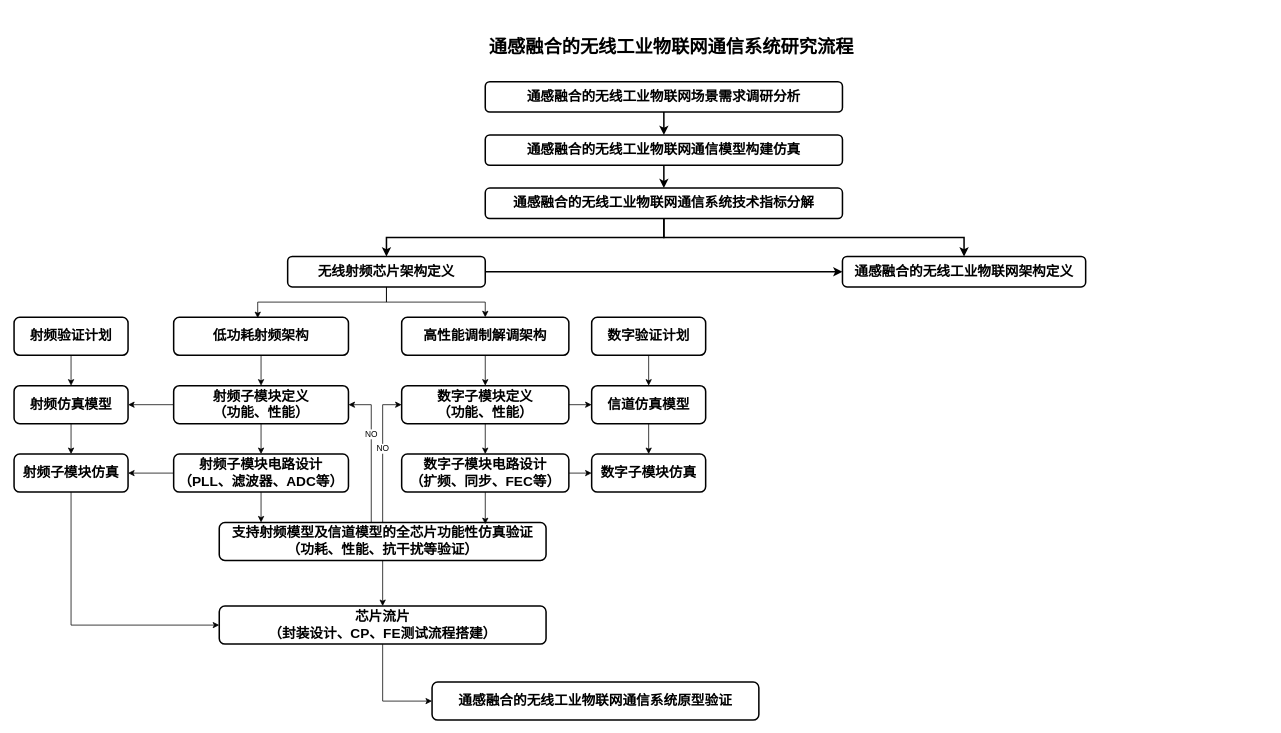
This is 基金研究流程.drawio from Haowang2020/draw, a draw.io file, before an edit. Source tidied: cells renumbered, new cells numbered last; positions are measured from the earlier drawing's top-left corner, leaving out a move shared by most shapes. Both pictures are drawn from the tidied source at 76%, with x=0, y=0 at pixel (14, 36).
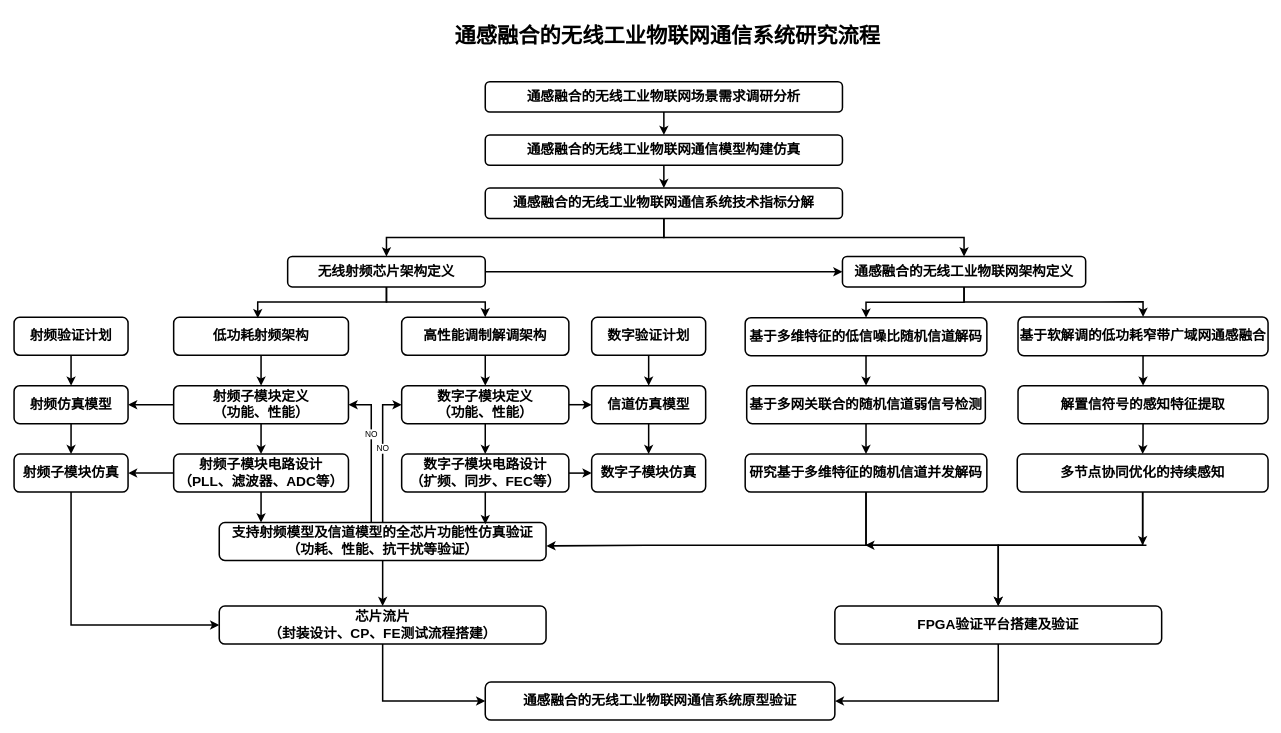
The same page after the edit.

Commit message (it also covers changes not shown here):
更新基金研究流程.drawio

The change refers to these unchanged cells:
```xml
<mxCell id="12" value="&lt;b style=&quot;border-color: var(--border-color);&quot;&gt;&lt;font style=&quot;border-color: var(--border-color); font-size: 18px;&quot;&gt;无线射频芯片架构定义&lt;/font&gt;&lt;/b&gt;" style="rounded=1;whiteSpace=wrap;html=1;fontSize=12;glass=0;strokeWidth=2;shadow=0;" parent="1" vertex="1">
  <mxGeometry x="360" y="290" width="260" height="40" as="geometry" />
</mxCell>
<mxCell id="13" value="&lt;b style=&quot;border-color: var(--border-color);&quot;&gt;&lt;font style=&quot;border-color: var(--border-color); font-size: 18px;&quot;&gt;通感融合的无线工业物联网架构定义&lt;/font&gt;&lt;/b&gt;" style="rounded=1;whiteSpace=wrap;html=1;fontSize=12;glass=0;strokeWidth=2;shadow=0;" parent="1" vertex="1">
  <mxGeometry x="1090" y="290" width="320" height="40" as="geometry" />
</mxCell>
<mxCell id="15" value="&lt;b style=&quot;border-color: var(--border-color);&quot;&gt;&lt;font style=&quot;border-color: var(--border-color); font-size: 18px;&quot;&gt;低功耗射频架构&lt;/font&gt;&lt;/b&gt;" style="rounded=1;whiteSpace=wrap;html=1;fontSize=12;glass=0;strokeWidth=2;shadow=0;" parent="1" vertex="1">
  <mxGeometry x="210" y="370" width="230" height="50" as="geometry" />
</mxCell>
<mxCell id="17" value="&lt;b style=&quot;border-color: var(--border-color);&quot;&gt;&lt;font style=&quot;border-color: var(--border-color); font-size: 18px;&quot;&gt;高性能调制解调架构&lt;/font&gt;&lt;/b&gt;" style="rounded=1;whiteSpace=wrap;html=1;fontSize=12;glass=0;strokeWidth=2;shadow=0;" parent="1" vertex="1">
  <mxGeometry x="510" y="370" width="220" height="50" as="geometry" />
</mxCell>
<mxCell id="20" value="&lt;b style=&quot;border-color: var(--border-color);&quot;&gt;&lt;font style=&quot;border-color: var(--border-color); font-size: 18px;&quot;&gt;射频子模块定义&lt;br&gt;（功能、性能）&lt;br&gt;&lt;/font&gt;&lt;/b&gt;" style="rounded=1;whiteSpace=wrap;html=1;fontSize=12;glass=0;strokeWidth=2;shadow=0;" parent="1" vertex="1">
  <mxGeometry x="210" y="460" width="230" height="50" as="geometry" />
</mxCell>
<mxCell id="23" value="&lt;b style=&quot;border-color: var(--border-color);&quot;&gt;&lt;font style=&quot;border-color: var(--border-color); font-size: 18px;&quot;&gt;射频子模块电路设计&lt;br&gt;（PLL、滤波器、ADC等）&lt;br&gt;&lt;/font&gt;&lt;/b&gt;" style="rounded=1;whiteSpace=wrap;html=1;fontSize=12;glass=0;strokeWidth=2;shadow=0;" parent="1" vertex="1">
  <mxGeometry x="210" y="550" width="230" height="50" as="geometry" />
</mxCell>
<mxCell id="26" value="&lt;b style=&quot;border-color: var(--border-color);&quot;&gt;&lt;font style=&quot;border-color: var(--border-color); font-size: 18px;&quot;&gt;数字子模块定义&lt;br style=&quot;border-color: var(--border-color);&quot;&gt;（功能、性能）&lt;/font&gt;&lt;/b&gt;" style="rounded=1;whiteSpace=wrap;html=1;fontSize=12;glass=0;strokeWidth=2;shadow=0;" parent="1" vertex="1">
  <mxGeometry x="510" y="460" width="220" height="50" as="geometry" />
</mxCell>
<mxCell id="28" value="&lt;b style=&quot;border-color: var(--border-color);&quot;&gt;&lt;font style=&quot;border-color: var(--border-color); font-size: 18px;&quot;&gt;数字子模块电路设计&lt;br&gt;（扩频、同步、FEC等）&lt;br&gt;&lt;/font&gt;&lt;/b&gt;" style="rounded=1;whiteSpace=wrap;html=1;fontSize=12;glass=0;strokeWidth=2;shadow=0;" parent="1" vertex="1">
  <mxGeometry x="510" y="550" width="220" height="50" as="geometry" />
</mxCell>
<mxCell id="34" value="&lt;b style=&quot;border-color: var(--border-color);&quot;&gt;&lt;font style=&quot;border-color: var(--border-color); font-size: 18px;&quot;&gt;支持射频模型及信道模型的全芯片功能性仿真验证&lt;br&gt;（功耗、性能、抗干扰等验证）&lt;br&gt;&lt;/font&gt;&lt;/b&gt;" style="rounded=1;whiteSpace=wrap;html=1;fontSize=12;glass=0;strokeWidth=2;shadow=0;" parent="1" vertex="1">
  <mxGeometry x="270" y="640" width="430" height="50" as="geometry" />
</mxCell>
<mxCell id="36" value="&lt;b style=&quot;border-color: var(--border-color);&quot;&gt;&lt;font style=&quot;border-color: var(--border-color); font-size: 18px;&quot;&gt;芯片流片&lt;br&gt;（封装设计、CP、FE测试流程搭建）&lt;br&gt;&lt;/font&gt;&lt;/b&gt;" style="rounded=1;whiteSpace=wrap;html=1;fontSize=12;glass=0;strokeWidth=2;shadow=0;" parent="1" vertex="1">
  <mxGeometry x="270" y="750" width="430" height="50" as="geometry" />
</mxCell>
<mxCell id="39" value="&lt;b style=&quot;border-color: var(--border-color);&quot;&gt;&lt;font style=&quot;border-color: var(--border-color); font-size: 18px;&quot;&gt;射频子模块仿真&lt;br&gt;&lt;/font&gt;&lt;/b&gt;" style="rounded=1;whiteSpace=wrap;html=1;fontSize=12;glass=0;strokeWidth=2;shadow=0;" parent="1" vertex="1">
  <mxGeometry y="550" width="150" height="50" as="geometry" />
</mxCell>
<mxCell id="41" value="&lt;b style=&quot;border-color: var(--border-color);&quot;&gt;&lt;font style=&quot;border-color: var(--border-color); font-size: 18px;&quot;&gt;射频仿真模型&lt;br&gt;&lt;/font&gt;&lt;/b&gt;" style="rounded=1;whiteSpace=wrap;html=1;fontSize=12;glass=0;strokeWidth=2;shadow=0;" parent="1" vertex="1">
  <mxGeometry y="460" width="150" height="50" as="geometry" />
</mxCell>
<mxCell id="43" value="&lt;b style=&quot;border-color: var(--border-color);&quot;&gt;&lt;font style=&quot;border-color: var(--border-color); font-size: 18px;&quot;&gt;射频验证计划&lt;br&gt;&lt;/font&gt;&lt;/b&gt;" style="rounded=1;whiteSpace=wrap;html=1;fontSize=12;glass=0;strokeWidth=2;shadow=0;" parent="1" vertex="1">
  <mxGeometry y="370" width="150" height="50" as="geometry" />
</mxCell>
<mxCell id="44" value="&lt;b style=&quot;border-color: var(--border-color);&quot;&gt;&lt;font style=&quot;border-color: var(--border-color); font-size: 18px;&quot;&gt;数字子模块仿真&lt;br&gt;&lt;/font&gt;&lt;/b&gt;" style="rounded=1;whiteSpace=wrap;html=1;fontSize=12;glass=0;strokeWidth=2;shadow=0;" parent="1" vertex="1">
  <mxGeometry x="760" y="550" width="150" height="50" as="geometry" />
</mxCell>
<mxCell id="46" value="&lt;b style=&quot;border-color: var(--border-color);&quot;&gt;&lt;font style=&quot;border-color: var(--border-color); font-size: 18px;&quot;&gt;信道仿真模型&lt;br&gt;&lt;/font&gt;&lt;/b&gt;" style="rounded=1;whiteSpace=wrap;html=1;fontSize=12;glass=0;strokeWidth=2;shadow=0;" parent="1" vertex="1">
  <mxGeometry x="760" y="460" width="150" height="50" as="geometry" />
</mxCell>
<mxCell id="48" value="&lt;b style=&quot;border-color: var(--border-color);&quot;&gt;&lt;font style=&quot;border-color: var(--border-color); font-size: 18px;&quot;&gt;数字验证计划&lt;br&gt;&lt;/font&gt;&lt;/b&gt;" style="rounded=1;whiteSpace=wrap;html=1;fontSize=12;glass=0;strokeWidth=2;shadow=0;" parent="1" vertex="1">
  <mxGeometry x="760" y="370" width="150" height="50" as="geometry" />
</mxCell>
```

What changed in the source:
```diff
@@
-    <mxCell id="4" value="&lt;b&gt;&lt;font style=&quot;font-size: 24px;&quot;&gt;通感融合的无线工业物联网通信系统研究流程&lt;/font&gt;&lt;/b&gt;" style="text;strokeColor=none;align=center;fillColor=none;html=1;verticalAlign=middle;whiteSpace=wrap;rounded=0;" parent="1" vertex="1">
-      <mxGeometry x="620" width="490" height="30" as="geometry" />
+    <mxCell id="4" value="&lt;b&gt;&lt;font style=&quot;font-size: 28px;&quot;&gt;通感融合的无线工业物联网通信系统研究流程&lt;/font&gt;&lt;/b&gt;" style="text;strokeColor=none;align=center;fillColor=none;html=1;verticalAlign=middle;whiteSpace=wrap;rounded=0;" parent="1" vertex="1">
+      <mxGeometry x="460" y="-30" width="800" height="60" as="geometry" />
     </mxCell>
@@
-    <mxCell id="11" style="edgeStyle=orthogonalEdgeStyle;rounded=0;jettySize=auto;html=1;entryX=0.5;entryY=0;entryDx=0;entryDy=0;" parent="1" edge="1" source="12" target="17">
+    <mxCell id="11" style="edgeStyle=orthogonalEdgeStyle;rounded=0;jettySize=auto;html=1;entryX=0.5;entryY=0;entryDx=0;entryDy=0;strokeWidth=2;" parent="1" edge="1" source="12" target="17">
       <mxGeometry relative="1" as="geometry" />
     </mxCell>
@@
+    <mxCell id="51" style="edgeStyle=orthogonalEdgeStyle;rounded=0;jettySize=auto;html=1;entryX=0.5;entryY=0;entryDx=0;entryDy=0;strokeWidth=2;" parent="1" edge="1" source="13" target="55">
+      <mxGeometry relative="1" as="geometry" />
+    </mxCell>
@@
-    <mxCell id="14" style="edgeStyle=orthogonalEdgeStyle;rounded=0;jettySize=auto;html=1;entryX=0.5;entryY=0;entryDx=0;entryDy=0;" parent="1" edge="1" source="15" target="20">
+    <mxCell id="14" style="edgeStyle=orthogonalEdgeStyle;rounded=0;jettySize=auto;html=1;entryX=0.5;entryY=0;entryDx=0;entryDy=0;strokeWidth=2;" parent="1" edge="1" source="15" target="20">
       <mxGeometry relative="1" as="geometry" />
     </mxCell>
@@
-    <mxCell id="16" style="edgeStyle=orthogonalEdgeStyle;rounded=0;jettySize=auto;html=1;" parent="1" edge="1" source="17" target="26">
+    <mxCell id="16" style="edgeStyle=orthogonalEdgeStyle;rounded=0;jettySize=auto;html=1;strokeWidth=2;" parent="1" edge="1" source="17" target="26">
       <mxGeometry relative="1" as="geometry" />
     </mxCell>
@@
-    <mxCell id="18" style="edgeStyle=orthogonalEdgeStyle;rounded=0;jettySize=auto;html=1;entryX=0.5;entryY=0;entryDx=0;entryDy=0;" parent="1" edge="1" source="20" target="23">
+    <mxCell id="18" style="edgeStyle=orthogonalEdgeStyle;rounded=0;jettySize=auto;html=1;entryX=0.5;entryY=0;entryDx=0;entryDy=0;strokeWidth=2;" parent="1" edge="1" source="20" target="23">
       <mxGeometry relative="1" as="geometry" />
     </mxCell>
-    <mxCell id="19" style="edgeStyle=orthogonalEdgeStyle;rounded=0;jettySize=auto;html=1;exitX=0;exitY=0.5;exitDx=0;exitDy=0;entryX=1;entryY=0.5;entryDx=0;entryDy=0;" parent="1" edge="1" source="20" target="41">
+    <mxCell id="19" style="edgeStyle=orthogonalEdgeStyle;rounded=0;jettySize=auto;html=1;exitX=0;exitY=0.5;exitDx=0;exitDy=0;entryX=1;entryY=0.5;entryDx=0;entryDy=0;strokeWidth=2;" parent="1" edge="1" source="20" target="41">
       <mxGeometry relative="1" as="geometry" />
     </mxCell>
@@
-    <mxCell id="21" style="edgeStyle=orthogonalEdgeStyle;rounded=0;jettySize=auto;html=1;exitX=0;exitY=0.5;exitDx=0;exitDy=0;" parent="1" edge="1" source="23" target="39">
+    <mxCell id="21" style="edgeStyle=orthogonalEdgeStyle;rounded=0;jettySize=auto;html=1;exitX=0;exitY=0.5;exitDx=0;exitDy=0;strokeWidth=2;" parent="1" edge="1" source="23" target="39">
       <mxGeometry relative="1" as="geometry" />
     </mxCell>
-    <mxCell id="22" style="edgeStyle=orthogonalEdgeStyle;rounded=0;jettySize=auto;html=1;" parent="1" edge="1" source="23" target="34">
+    <mxCell id="22" style="edgeStyle=orthogonalEdgeStyle;rounded=0;jettySize=auto;html=1;strokeWidth=2;" parent="1" edge="1" source="23" target="34">
       <mxGeometry relative="1" as="geometry">
         <Array as="points">
           <mxPoint x="325" y="640" />
           <mxPoint x="325" y="640" />
         </Array>
       </mxGeometry>
     </mxCell>
@@
-    <mxCell id="24" style="edgeStyle=orthogonalEdgeStyle;rounded=0;jettySize=auto;html=1;entryX=0.481;entryY=0.023;entryDx=0;entryDy=0;entryPerimeter=0;" parent="1" edge="1" source="12" target="15">
+    <mxCell id="24" style="edgeStyle=orthogonalEdgeStyle;rounded=0;jettySize=auto;html=1;entryX=0.481;entryY=0.023;entryDx=0;entryDy=0;entryPerimeter=0;strokeWidth=2;" parent="1" edge="1" source="12" target="15">
       <mxGeometry relative="1" as="geometry" />
     </mxCell>
-    <mxCell id="25" style="edgeStyle=orthogonalEdgeStyle;rounded=0;jettySize=auto;html=1;exitX=1;exitY=0.5;exitDx=0;exitDy=0;entryX=0;entryY=0.5;entryDx=0;entryDy=0;" parent="1" edge="1" source="26" target="46">
+    <mxCell id="25" style="edgeStyle=orthogonalEdgeStyle;rounded=0;jettySize=auto;html=1;exitX=1;exitY=0.5;exitDx=0;exitDy=0;entryX=0;entryY=0.5;entryDx=0;entryDy=0;strokeWidth=2;" parent="1" edge="1" source="26" target="46">
       <mxGeometry relative="1" as="geometry" />
     </mxCell>
@@
-    <mxCell id="27" style="edgeStyle=orthogonalEdgeStyle;rounded=0;jettySize=auto;html=1;exitX=1;exitY=0.5;exitDx=0;exitDy=0;entryX=0;entryY=0.5;entryDx=0;entryDy=0;" parent="1" edge="1" source="28" target="44">
+    <mxCell id="27" style="edgeStyle=orthogonalEdgeStyle;rounded=0;jettySize=auto;html=1;exitX=1;exitY=0.5;exitDx=0;exitDy=0;entryX=0;entryY=0.5;entryDx=0;entryDy=0;strokeWidth=2;" parent="1" edge="1" source="28" target="44">
       <mxGeometry relative="1" as="geometry" />
     </mxCell>
@@
-    <mxCell id="29" style="edgeStyle=orthogonalEdgeStyle;rounded=0;jettySize=auto;html=1;entryX=1;entryY=0.5;entryDx=0;entryDy=0;" parent="1" edge="1" source="34" target="20">
+    <mxCell id="29" style="edgeStyle=orthogonalEdgeStyle;rounded=0;jettySize=auto;html=1;entryX=1;entryY=0.5;entryDx=0;entryDy=0;strokeWidth=2;" parent="1" edge="1" source="34" target="20">
       <mxGeometry relative="1" as="geometry">
         <Array as="points">
           <mxPoint x="470" y="485" />
         </Array>
       </mxGeometry>
     </mxCell>
@@
-    <mxCell id="31" style="edgeStyle=orthogonalEdgeStyle;rounded=0;jettySize=auto;html=1;entryX=0;entryY=0.5;entryDx=0;entryDy=0;" parent="1" edge="1" source="34" target="26">
+    <mxCell id="31" style="edgeStyle=orthogonalEdgeStyle;rounded=0;jettySize=auto;html=1;entryX=0;entryY=0.5;entryDx=0;entryDy=0;strokeWidth=2;" parent="1" edge="1" source="34" target="26">
       <mxGeometry relative="1" as="geometry" />
     </mxCell>
@@
-    <mxCell id="33" style="edgeStyle=orthogonalEdgeStyle;rounded=0;jettySize=auto;html=1;entryX=0.5;entryY=0;entryDx=0;entryDy=0;" parent="1" edge="1" source="34" target="36">
+    <mxCell id="33" style="edgeStyle=orthogonalEdgeStyle;rounded=0;jettySize=auto;html=1;entryX=0.5;entryY=0;entryDx=0;entryDy=0;strokeWidth=2;" parent="1" edge="1" source="34" target="36">
       <mxGeometry relative="1" as="geometry" />
     </mxCell>
@@
-    <mxCell id="35" style="edgeStyle=orthogonalEdgeStyle;rounded=0;jettySize=auto;html=1;exitX=0.5;exitY=1;exitDx=0;exitDy=0;entryX=0;entryY=0.5;entryDx=0;entryDy=0;" parent="1" edge="1" source="36" target="37">
+    <mxCell id="35" style="edgeStyle=orthogonalEdgeStyle;rounded=0;jettySize=auto;html=1;exitX=0.5;exitY=1;exitDx=0;exitDy=0;entryX=0;entryY=0.5;entryDx=0;entryDy=0;strokeWidth=2;" parent="1" edge="1" source="36" target="37">
       <mxGeometry relative="1" as="geometry" />
     </mxCell>
@@
     <mxCell id="37" value="&lt;b style=&quot;border-color: var(--border-color);&quot;&gt;&lt;font style=&quot;border-color: var(--border-color); font-size: 18px;&quot;&gt;&lt;b style=&quot;border-color: var(--border-color); font-size: 12px;&quot;&gt;&lt;font style=&quot;border-color: var(--border-color); font-size: 18px;&quot;&gt;通感融合的无线工业物联网通信系统原型验证&lt;/font&gt;&lt;/b&gt;&lt;br&gt;&lt;/font&gt;&lt;/b&gt;" style="rounded=1;whiteSpace=wrap;html=1;fontSize=12;glass=0;strokeWidth=2;shadow=0;" parent="1" vertex="1">
-      <mxGeometry x="550" y="850" width="430" height="50" as="geometry" />
+      <mxGeometry x="620" y="850" width="460" height="50" as="geometry" />
     </mxCell>
-    <mxCell id="38" style="edgeStyle=orthogonalEdgeStyle;rounded=0;jettySize=auto;html=1;exitX=0.5;exitY=1;exitDx=0;exitDy=0;entryX=0;entryY=0.5;entryDx=0;entryDy=0;" parent="1" edge="1" source="39" target="36">
+    <mxCell id="38" style="edgeStyle=orthogonalEdgeStyle;rounded=0;jettySize=auto;html=1;exitX=0.5;exitY=1;exitDx=0;exitDy=0;entryX=0;entryY=0.5;entryDx=0;entryDy=0;strokeWidth=2;" parent="1" edge="1" source="39" target="36">
       <mxGeometry relative="1" as="geometry" />
     </mxCell>
@@
-    <mxCell id="40" style="edgeStyle=orthogonalEdgeStyle;rounded=0;jettySize=auto;html=1;exitX=0.5;exitY=1;exitDx=0;exitDy=0;" parent="1" edge="1" source="41" target="39">
+    <mxCell id="40" style="edgeStyle=orthogonalEdgeStyle;rounded=0;jettySize=auto;html=1;exitX=0.5;exitY=1;exitDx=0;exitDy=0;strokeWidth=2;" parent="1" edge="1" source="41" target="39">
       <mxGeometry relative="1" as="geometry" />
     </mxCell>
@@
-    <mxCell id="42" style="edgeStyle=orthogonalEdgeStyle;rounded=0;jettySize=auto;html=1;" parent="1" edge="1" source="43" target="41">
+    <mxCell id="42" style="edgeStyle=orthogonalEdgeStyle;rounded=0;jettySize=auto;html=1;strokeWidth=2;" parent="1" edge="1" source="43" target="41">
       <mxGeometry relative="1" as="geometry" />
     </mxCell>
@@
-    <mxCell id="45" style="edgeStyle=orthogonalEdgeStyle;rounded=0;jettySize=auto;html=1;entryX=0.5;entryY=0;entryDx=0;entryDy=0;" parent="1" edge="1" source="46" target="44">
+    <mxCell id="45" style="edgeStyle=orthogonalEdgeStyle;rounded=0;jettySize=auto;html=1;entryX=0.5;entryY=0;entryDx=0;entryDy=0;strokeWidth=2;" parent="1" edge="1" source="46" target="44">
       <mxGeometry relative="1" as="geometry" />
     </mxCell>
@@
-    <mxCell id="47" style="edgeStyle=orthogonalEdgeStyle;rounded=0;jettySize=auto;html=1;entryX=0.5;entryY=0;entryDx=0;entryDy=0;" parent="1" edge="1" source="48" target="46">
+    <mxCell id="47" style="edgeStyle=orthogonalEdgeStyle;rounded=0;jettySize=auto;html=1;entryX=0.5;entryY=0;entryDx=0;entryDy=0;strokeWidth=2;" parent="1" edge="1" source="48" target="46">
       <mxGeometry relative="1" as="geometry" />
     </mxCell>
@@
-    <mxCell id="49" style="edgeStyle=orthogonalEdgeStyle;rounded=0;jettySize=auto;html=1;entryX=0.5;entryY=0;entryDx=0;entryDy=0;" parent="1" edge="1" source="26" target="28">
+    <mxCell id="49" style="edgeStyle=orthogonalEdgeStyle;rounded=0;jettySize=auto;html=1;entryX=0.5;entryY=0;entryDx=0;entryDy=0;strokeWidth=2;" parent="1" edge="1" source="26" target="28">
       <mxGeometry relative="1" as="geometry" />
     </mxCell>
-    <mxCell id="50" style="edgeStyle=orthogonalEdgeStyle;rounded=0;jettySize=auto;html=1;entryX=0.814;entryY=0.045;entryDx=0;entryDy=0;entryPerimeter=0;" parent="1" edge="1" source="28" target="34">
+    <mxCell id="50" style="edgeStyle=orthogonalEdgeStyle;rounded=0;jettySize=auto;html=1;entryX=0.814;entryY=0.045;entryDx=0;entryDy=0;entryPerimeter=0;strokeWidth=2;" parent="1" edge="1" source="28" target="34">
       <mxGeometry relative="1" as="geometry" />
     </mxCell>
+    <mxCell id="52" style="edgeStyle=orthogonalEdgeStyle;rounded=0;jettySize=auto;html=1;entryX=0.5;entryY=0;entryDx=0;entryDy=0;strokeWidth=2;" parent="1" edge="1" source="53" target="57">
+      <mxGeometry relative="1" as="geometry" />
+    </mxCell>
+    <mxCell id="53" value="基于多维特征的低信噪比随机信道解码" style="rounded=1;whiteSpace=wrap;html=1;fontSize=18;glass=0;strokeWidth=2;shadow=0;fontStyle=1;" parent="1" vertex="1">
+      <mxGeometry x="962" y="370.5" width="318" height="50" as="geometry" />
+    </mxCell>
+    <mxCell id="54" style="edgeStyle=orthogonalEdgeStyle;rounded=0;jettySize=auto;html=1;entryX=0.5;entryY=0;entryDx=0;entryDy=0;strokeWidth=2;" parent="1" edge="1" source="55" target="61">
+      <mxGeometry relative="1" as="geometry" />
+    </mxCell>
+    <mxCell id="55" value="基于软解调的低功耗窄带广域网通感融合" style="rounded=1;whiteSpace=wrap;html=1;fontSize=18;glass=0;strokeWidth=2;shadow=0;fontStyle=1;" parent="1" vertex="1">
+      <mxGeometry x="1321" y="369.5" width="329" height="51" as="geometry" />
+    </mxCell>
+    <mxCell id="56" style="edgeStyle=orthogonalEdgeStyle;rounded=0;jettySize=auto;html=1;entryX=0.5;entryY=0;entryDx=0;entryDy=0;strokeWidth=2;" parent="1" edge="1" source="57" target="59">
+      <mxGeometry relative="1" as="geometry" />
+    </mxCell>
+    <mxCell id="57" value="基于多网关联合的随机信道弱信号检测" style="rounded=1;whiteSpace=wrap;html=1;fontSize=18;glass=0;strokeWidth=2;shadow=0;fontStyle=1;" parent="1" vertex="1">
+      <mxGeometry x="964" y="460" width="314" height="50" as="geometry" />
+    </mxCell>
+    <mxCell id="58" style="edgeStyle=orthogonalEdgeStyle;rounded=0;jettySize=auto;html=1;entryX=0.5;entryY=0;entryDx=0;entryDy=0;strokeWidth=2;" parent="1" edge="1" source="59" target="69">
+      <mxGeometry relative="1" as="geometry">
+        <Array as="points">
+          <mxPoint x="1121" y="670" />
+          <mxPoint x="1295" y="670" />
+        </Array>
+      </mxGeometry>
+    </mxCell>
+    <mxCell id="59" value="研究基于多维特征的随机信道并发解码" style="rounded=1;whiteSpace=wrap;html=1;fontSize=18;glass=0;strokeWidth=2;shadow=0;fontStyle=1;" parent="1" vertex="1">
+      <mxGeometry x="962" y="550" width="318" height="50" as="geometry" />
+    </mxCell>
+    <mxCell id="60" style="edgeStyle=orthogonalEdgeStyle;rounded=0;jettySize=auto;html=1;entryX=0.5;entryY=0;entryDx=0;entryDy=0;strokeWidth=2;" parent="1" edge="1" source="61" target="65">
+      <mxGeometry relative="1" as="geometry" />
+    </mxCell>
+    <mxCell id="61" value="解置信符号的感知特征提取" style="rounded=1;whiteSpace=wrap;html=1;fontSize=18;glass=0;strokeWidth=2;shadow=0;fontStyle=1;" parent="1" vertex="1">
+      <mxGeometry x="1321" y="460" width="329" height="50" as="geometry" />
+    </mxCell>
+    <mxCell id="62" style="edgeStyle=orthogonalEdgeStyle;rounded=0;orthogonalLoop=1;jettySize=auto;html=1;strokeWidth=2;" parent="1" edge="1">
+      <mxGeometry relative="1" as="geometry">
+        <mxPoint x="1490" y="670" as="sourcePoint" />
+        <mxPoint x="1120" y="670" as="targetPoint" />
+      </mxGeometry>
+    </mxCell>
+    <mxCell id="63" style="edgeStyle=orthogonalEdgeStyle;rounded=0;jettySize=auto;html=1;strokeWidth=2;" parent="1" edge="1" source="65">
+      <mxGeometry relative="1" as="geometry">
+        <mxPoint x="1485" y="670" as="targetPoint" />
+      </mxGeometry>
+    </mxCell>
+    <mxCell id="64" style="edgeStyle=orthogonalEdgeStyle;rounded=0;jettySize=auto;html=1;entryX=0.5;entryY=0;entryDx=0;entryDy=0;strokeWidth=2;" parent="1" edge="1" source="65" target="69">
+      <mxGeometry relative="1" as="geometry">
+        <Array as="points">
+          <mxPoint x="1485" y="670" />
+          <mxPoint x="1295" y="670" />
+        </Array>
+      </mxGeometry>
+    </mxCell>
+    <mxCell id="65" value="多节点协同优化的持续感知" style="rounded=1;whiteSpace=wrap;html=1;fontSize=18;glass=0;strokeWidth=2;shadow=0;fontStyle=1;" parent="1" vertex="1">
+      <mxGeometry x="1320" y="550" width="330" height="50" as="geometry" />
+    </mxCell>
+    <mxCell id="66" style="edgeStyle=orthogonalEdgeStyle;rounded=0;jettySize=auto;html=1;entryX=0.5;entryY=0;entryDx=0;entryDy=0;strokeWidth=2;" parent="1" edge="1" source="13" target="53">
+      <mxGeometry relative="1" as="geometry" />
+    </mxCell>
+    <mxCell id="67" style="edgeStyle=orthogonalEdgeStyle;rounded=0;jettySize=auto;html=1;entryX=1.001;entryY=0.616;entryDx=0;entryDy=0;entryPerimeter=0;strokeWidth=2;" parent="1" edge="1" source="59" target="34">
+      <mxGeometry relative="1" as="geometry">
+        <Array as="points">
+          <mxPoint x="1121" y="670" />
+          <mxPoint x="831" y="670" />
+        </Array>
+      </mxGeometry>
+    </mxCell>
+    <mxCell id="68" style="edgeStyle=orthogonalEdgeStyle;rounded=0;jettySize=auto;html=1;entryX=1;entryY=0.5;entryDx=0;entryDy=0;strokeWidth=2;" parent="1" edge="1" source="69" target="37">
+      <mxGeometry relative="1" as="geometry" />
+    </mxCell>
+    <mxCell id="69" value="&lt;b style=&quot;border-color: var(--border-color);&quot;&gt;&lt;font style=&quot;border-color: var(--border-color); font-size: 18px;&quot;&gt;FPGA验证平台搭建及验证&lt;br&gt;&lt;/font&gt;&lt;/b&gt;" style="rounded=1;whiteSpace=wrap;html=1;fontSize=12;glass=0;strokeWidth=2;shadow=0;" parent="1" vertex="1">
+      <mxGeometry x="1080" y="750" width="430" height="50" as="geometry" />
+    </mxCell>
```
